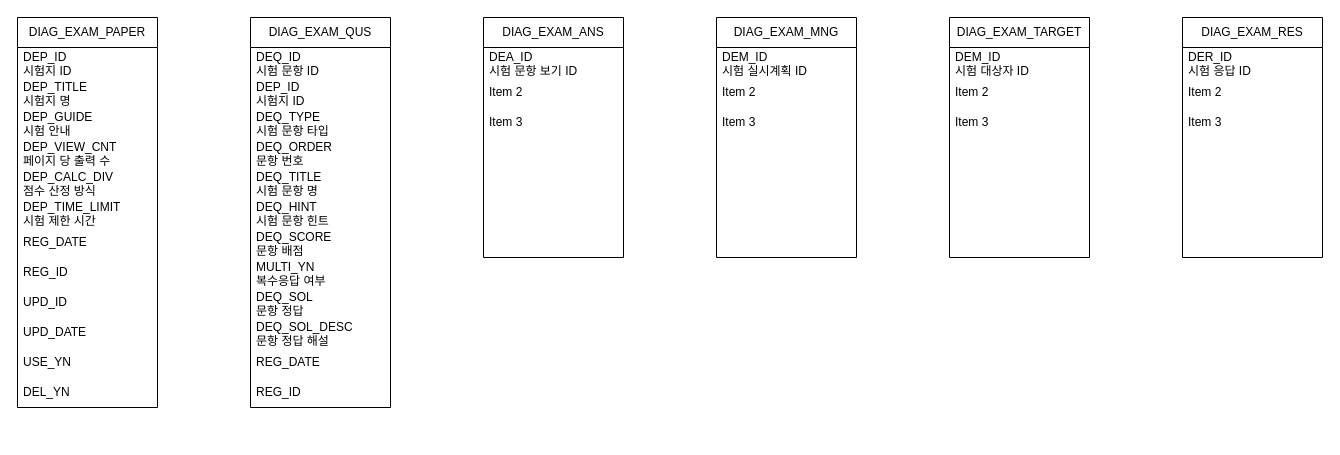
The draw.io diagram EXAM_DB_STRUCTURE.drawio in HAR00N/draw.io, before the edit. Source tidied: cells renumbered, new cells numbered last; positions are measured from the earlier drawing's top-left corner, leaving out a move shared by most shapes. Both pictures are drawn from the tidied source at 100%, with x=0, y=0 at pixel (17, 17).
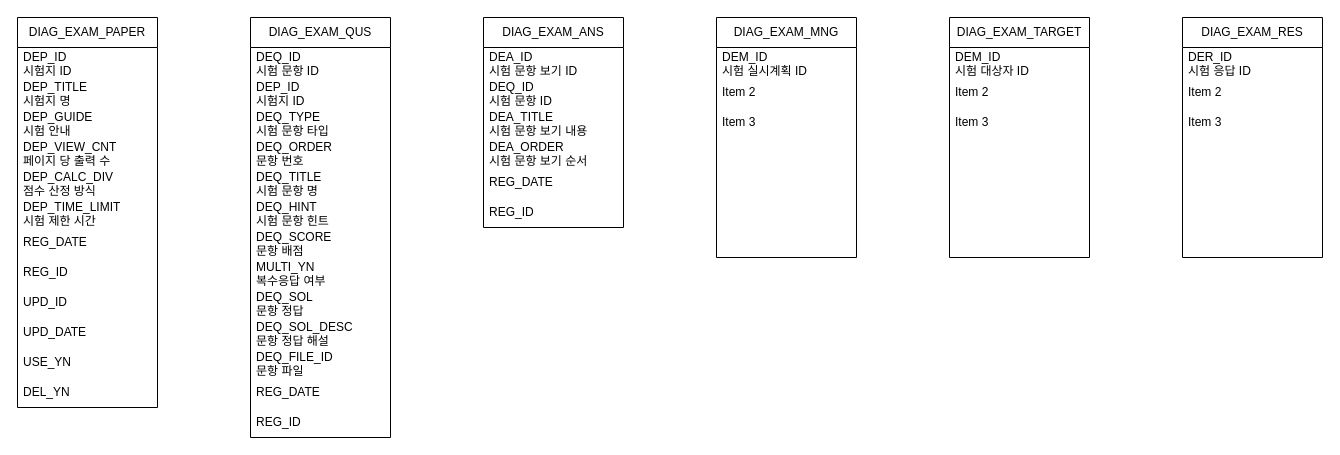
After the change.

The edit, as a diff of the source:
```diff
@@
     <mxCell id="15" value="DIAG_EXAM_QUS" style="swimlane;fontStyle=0;horizontal=1;startSize=30;whiteSpace=wrap;html=1;" parent="1" vertex="1">
-      <mxGeometry x="233" width="140" height="390" as="geometry" />
+      <mxGeometry x="233" width="140" height="420" as="geometry" />
     </mxCell>
@@
+    <mxCell id="60" value="DEQ_FILE_ID&lt;div&gt;문항 파일&lt;/div&gt;" style="text;strokeColor=none;fillColor=none;align=left;verticalAlign=middle;spacingLeft=4;spacingRight=4;overflow=hidden;whiteSpace=wrap;html=1;" parent="15" vertex="1">
+      <mxGeometry y="330" width="140" height="30" as="geometry" />
+    </mxCell>
     <mxCell id="26" value="REG_DATE" style="text;strokeColor=none;fillColor=none;align=left;verticalAlign=middle;spacingLeft=4;spacingRight=4;overflow=hidden;whiteSpace=wrap;html=1;" parent="15" vertex="1">
-      <mxGeometry y="330" width="140" height="30" as="geometry" />
+      <mxGeometry y="360" width="140" height="30" as="geometry" />
     </mxCell>
     <mxCell id="27" value="REG_ID" style="text;strokeColor=none;fillColor=none;align=left;verticalAlign=middle;spacingLeft=4;spacingRight=4;overflow=hidden;whiteSpace=wrap;html=1;" parent="15" vertex="1">
-      <mxGeometry y="360" width="140" height="30" as="geometry" />
+      <mxGeometry y="390" width="140" height="30" as="geometry" />
     </mxCell>
     <mxCell id="28" value="DIAG_EXAM_ANS" style="swimlane;fontStyle=0;horizontal=1;startSize=30;whiteSpace=wrap;html=1;" parent="1" vertex="1">
-      <mxGeometry x="466" width="140" height="240" as="geometry" />
+      <mxGeometry x="466" width="140" height="210" as="geometry" />
     </mxCell>
@@
-    <mxCell id="30" value="Item 2" style="text;strokeColor=none;fillColor=none;align=left;verticalAlign=middle;spacingLeft=4;spacingRight=4;overflow=hidden;whiteSpace=wrap;html=1;" parent="28" vertex="1">
+    <mxCell id="30" value="DEQ_ID&lt;div&gt;시험 문항 ID&lt;/div&gt;" style="text;strokeColor=none;fillColor=none;align=left;verticalAlign=middle;spacingLeft=4;spacingRight=4;overflow=hidden;whiteSpace=wrap;html=1;" parent="28" vertex="1">
       <mxGeometry y="60" width="140" height="30" as="geometry" />
     </mxCell>
-    <mxCell id="31" value="Item 3" style="text;strokeColor=none;fillColor=none;align=left;verticalAlign=middle;spacingLeft=4;spacingRight=4;overflow=hidden;whiteSpace=wrap;html=1;" parent="28" vertex="1">
+    <mxCell id="31" value="DEA_TITLE&lt;div&gt;시험 문항 보기 내용&lt;/div&gt;" style="text;strokeColor=none;fillColor=none;align=left;verticalAlign=middle;spacingLeft=4;spacingRight=4;overflow=hidden;whiteSpace=wrap;html=1;" parent="28" vertex="1">
       <mxGeometry y="90" width="140" height="30" as="geometry" />
     </mxCell>
-    <mxCell id="32" style="text;strokeColor=none;fillColor=none;align=left;verticalAlign=middle;spacingLeft=4;spacingRight=4;overflow=hidden;whiteSpace=wrap;html=1;" parent="28" vertex="1">
+    <mxCell id="32" value="DEA_ORDER&lt;div&gt;시험 문항 보기 순서&lt;/div&gt;" style="text;strokeColor=none;fillColor=none;align=left;verticalAlign=middle;spacingLeft=4;spacingRight=4;overflow=hidden;whiteSpace=wrap;html=1;" parent="28" vertex="1">
       <mxGeometry y="120" width="140" height="30" as="geometry" />
     </mxCell>
-    <mxCell id="33" style="text;strokeColor=none;fillColor=none;align=left;verticalAlign=middle;spacingLeft=4;spacingRight=4;overflow=hidden;whiteSpace=wrap;html=1;" parent="28" vertex="1">
+    <mxCell id="33" value="REG_DATE" style="text;strokeColor=none;fillColor=none;align=left;verticalAlign=middle;spacingLeft=4;spacingRight=4;overflow=hidden;whiteSpace=wrap;html=1;" parent="28" vertex="1">
       <mxGeometry y="150" width="140" height="30" as="geometry" />
     </mxCell>
-    <mxCell id="34" style="text;strokeColor=none;fillColor=none;align=left;verticalAlign=middle;spacingLeft=4;spacingRight=4;overflow=hidden;whiteSpace=wrap;html=1;" parent="28" vertex="1">
+    <mxCell id="34" value="REG_ID" style="text;strokeColor=none;fillColor=none;align=left;verticalAlign=middle;spacingLeft=4;spacingRight=4;overflow=hidden;whiteSpace=wrap;html=1;" parent="28" vertex="1">
       <mxGeometry y="180" width="140" height="30" as="geometry" />
     </mxCell>
-    <mxCell id="35" style="text;strokeColor=none;fillColor=none;align=left;verticalAlign=middle;spacingLeft=4;spacingRight=4;overflow=hidden;whiteSpace=wrap;html=1;" parent="28" vertex="1">
-      <mxGeometry y="210" width="140" height="30" as="geometry" />
-    </mxCell>
```
